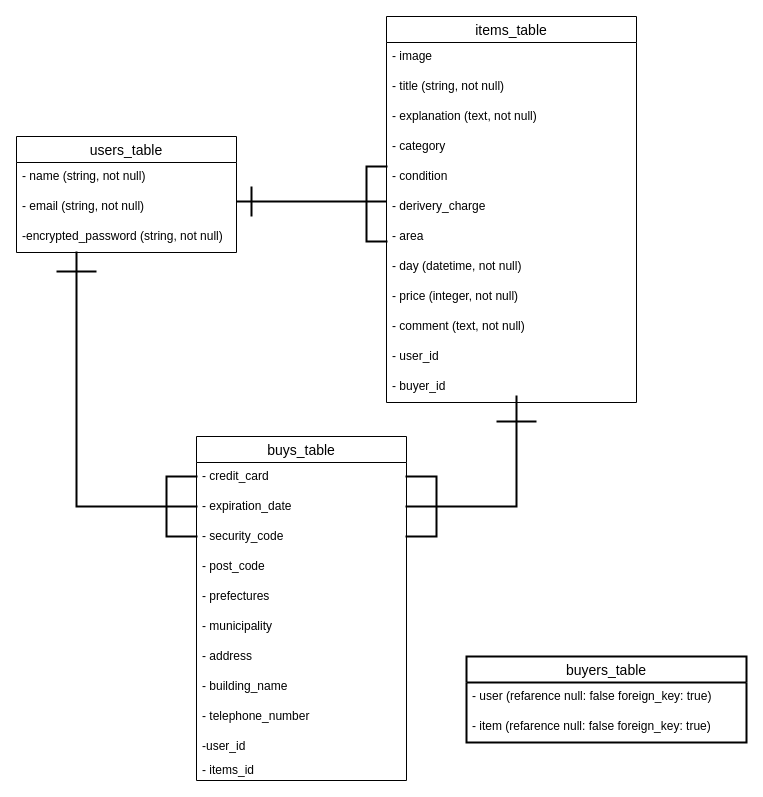
tahanae/furima-36337 keeps this draw.io diagram as test.dio. Above is the earlier version. Source tidied: cells renumbered, new cells numbered last; positions are measured from the earlier drawing's top-left corner, leaving out a move shared by most shapes. Both pictures are drawn from the tidied source at 100%, with x=0, y=0 at pixel (16, 16).
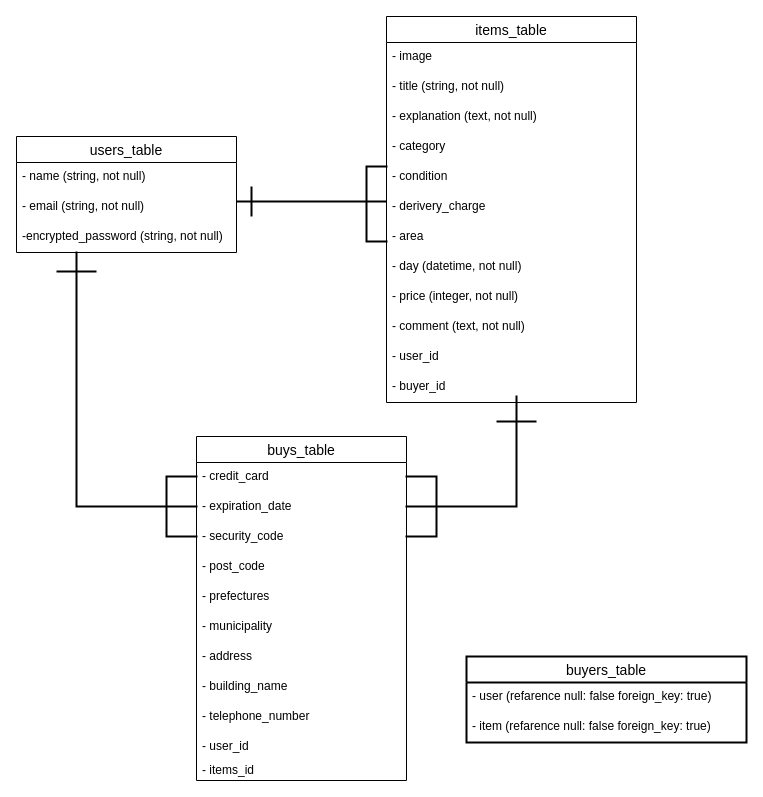
Above is the later version.

The change refers to these unchanged cells:
```xml
<mxCell id="19" value="buys_table" style="swimlane;fontStyle=0;horizontal=1;startSize=26;align=center;fontSize=14;gradientColor=none;" parent="1" vertex="1">
  <mxGeometry x="180" y="420" width="210" height="344" as="geometry" />
</mxCell>
```

Diff of the diagram source:
```diff
@@
-    <mxCell id="29" value="-user_id" style="text;strokeColor=none;fillColor=none;spacingLeft=4;spacingRight=4;overflow=hidden;fontSize=12;" parent="19" vertex="1">
+    <mxCell id="29" value="- user_id" style="text;strokeColor=none;fillColor=none;spacingLeft=4;spacingRight=4;overflow=hidden;fontSize=12;" parent="19" vertex="1">
       <mxGeometry y="296" width="210" height="24" as="geometry" />
     </mxCell>
```
